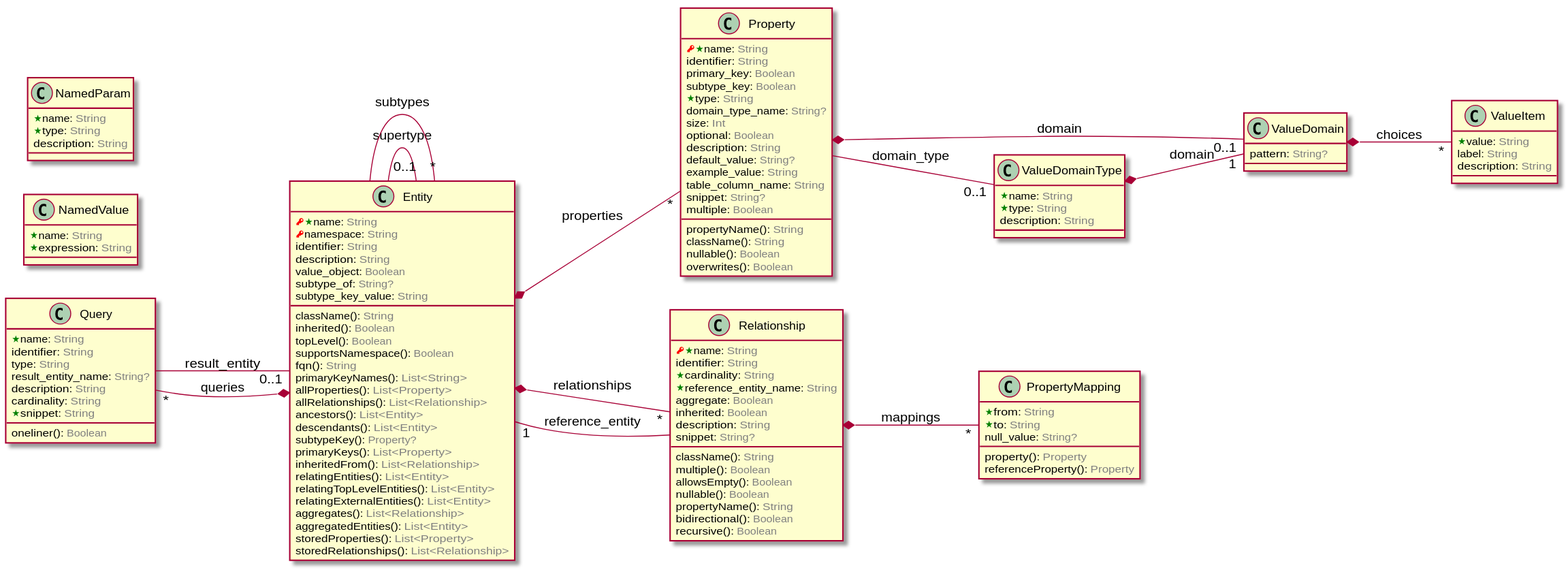
Above: doc/image/model-diagram.svg in laplacian-core/metamodel (PlantUML), before the change.
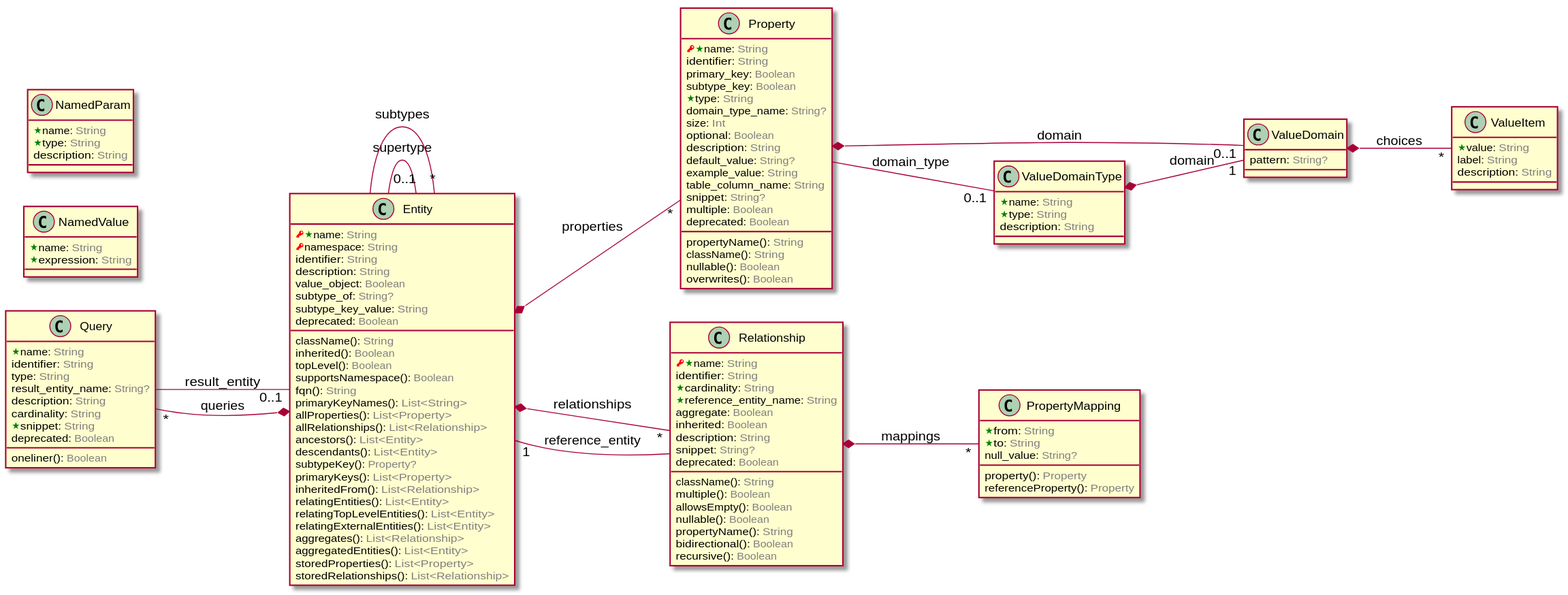
The same file after the commit.

Change to the diagram source:
```diff
@@ -10,6 +10,7 @@
   cardinality: <color:GRAY>String</color>
   <color:Green><&star></color>snippet: <color:GRAY>String</color>
   oneliner(): <color:GRAY>Boolean</color>
+  deprecated: <color:GRAY>Boolean</color>
 }
 
 
@@ -35,6 +36,7 @@
   supportsNamespace(): <color:GRAY>Boolean</color>
   fqn(): <color:GRAY>String</color>
   primaryKeyNames(): <color:GRAY>List<String></color>
+  deprecated: <color:GRAY>Boolean</color>
   allProperties(): <color:GRAY>List<Property></color>
   allRelationships(): <color:GRAY>List<Relationship></color>
   ancestors(): <color:GRAY>List<Entity></color>
@@ -107,6 +109,7 @@
   className(): <color:GRAY>String</color>
   nullable(): <color:GRAY>Boolean</color>
   overwrites(): <color:GRAY>Boolean</color>
+  deprecated: <color:GRAY>Boolean</color>
 }
 
 
@@ -141,6 +144,7 @@
   propertyName(): <color:GRAY>String</color>
   bidirectional(): <color:GRAY>Boolean</color>
   recursive(): <color:GRAY>Boolean</color>
+  deprecated: <color:GRAY>Boolean</color>
 }
 
 
```
